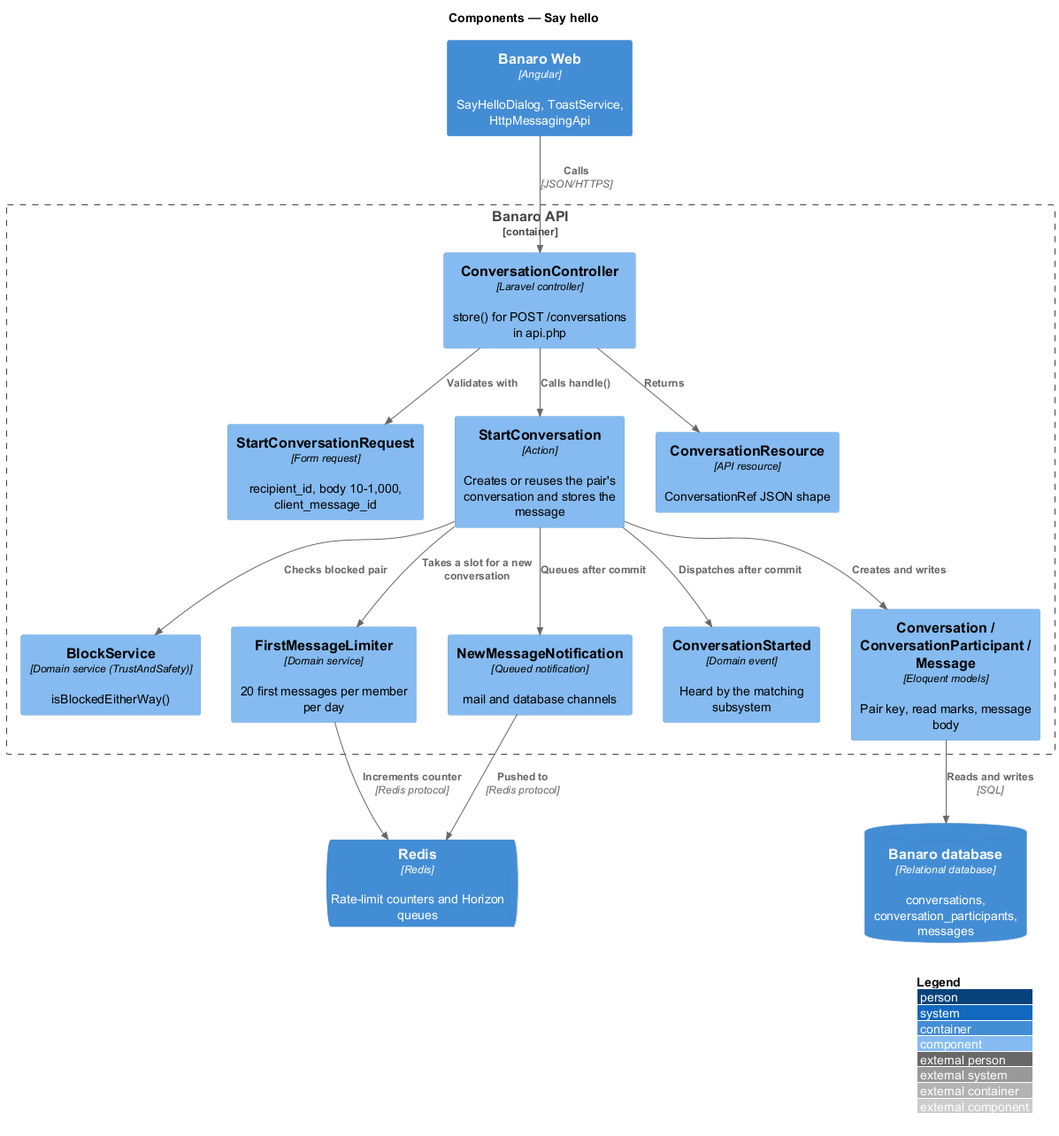
Earlier version of the PlantUML export docs/detailed-designs/messaging/say-hello/diagrams/c4-component.png (QuinntyneBrown/banaro).
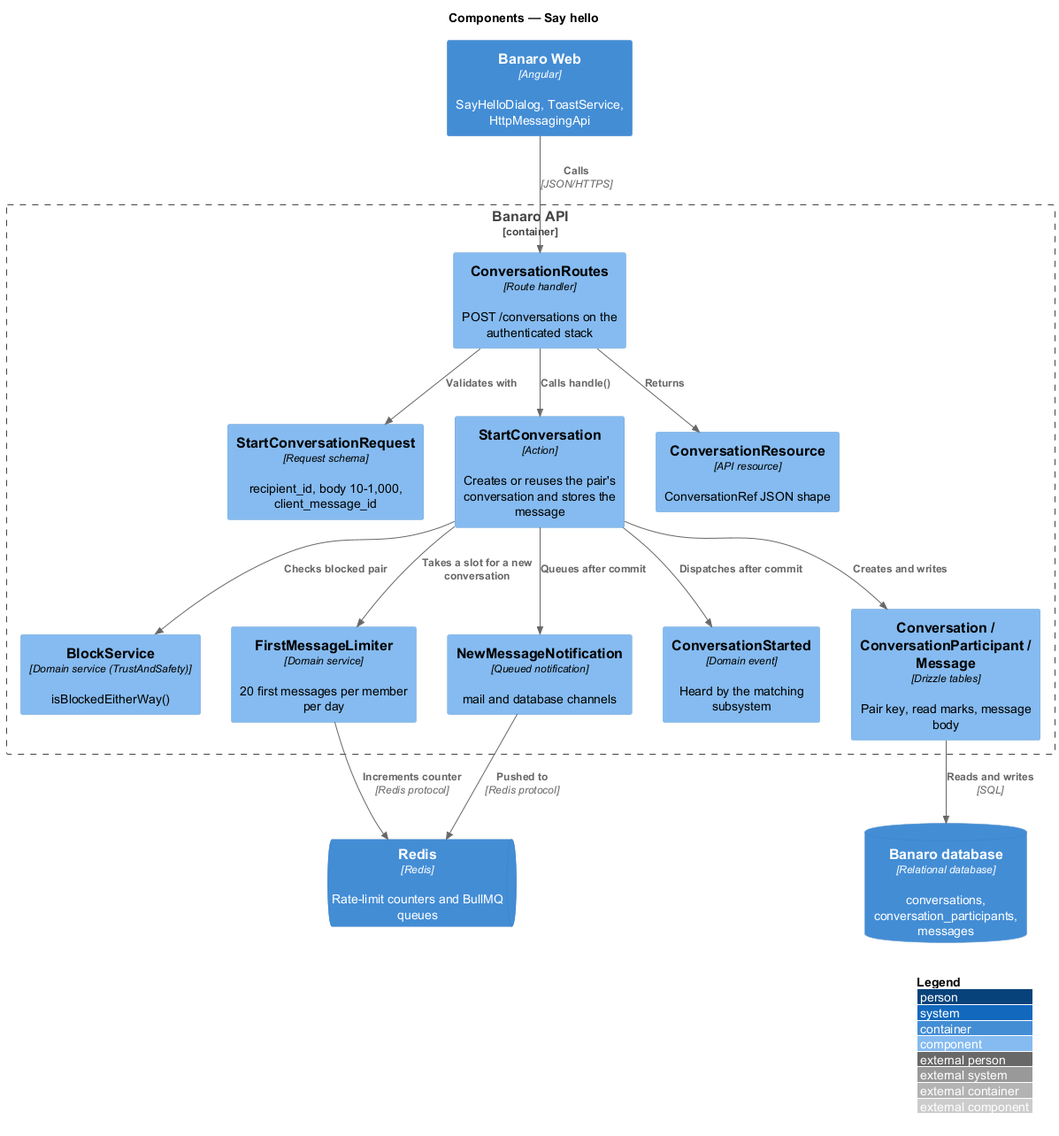
After the change.

Change to the diagram source:
```diff
@@ -5,15 +5,15 @@
 
 Container(web, "Banaro Web", "Angular", "SayHelloDialog, ToastService, HttpMessagingApi")
 ContainerDb(db, "Banaro database", "Relational database", "conversations, conversation_participants, messages")
-ContainerQueue(redis, "Redis", "Redis", "Rate-limit counters and Horizon queues")
+ContainerQueue(redis, "Redis", "Redis", "Rate-limit counters and BullMQ queues")
 
 Container_Boundary(api, "Banaro API") {
-  Component(ctrl, "ConversationController", "Laravel controller", "store() for POST /conversations in api.php")
-  Component(req, "StartConversationRequest", "Form request", "recipient_id, body 10-1,000, client_message_id")
+  Component(ctrl, "ConversationRoutes", "Route handler", "POST /conversations on the authenticated stack")
+  Component(req, "StartConversationRequest", "Request schema", "recipient_id, body 10-1,000, client_message_id")
   Component(action, "StartConversation", "Action", "Creates or reuses the pair's conversation and stores the message")
   Component(block, "BlockService", "Domain service (TrustAndSafety)", "isBlockedEitherWay()")
   Component(limiter, "FirstMessageLimiter", "Domain service", "20 first messages per member per day")
-  Component(models, "Conversation / ConversationParticipant / Message", "Eloquent models", "Pair key, read marks, message body")
+  Component(models, "Conversation / ConversationParticipant / Message", "Drizzle tables", "Pair key, read marks, message body")
   Component(resource, "ConversationResource", "API resource", "ConversationRef JSON shape")
   Component(event, "ConversationStarted", "Domain event", "Heard by the matching subsystem")
   Component(notify, "NewMessageNotification", "Queued notification", "mail and database channels")
```
